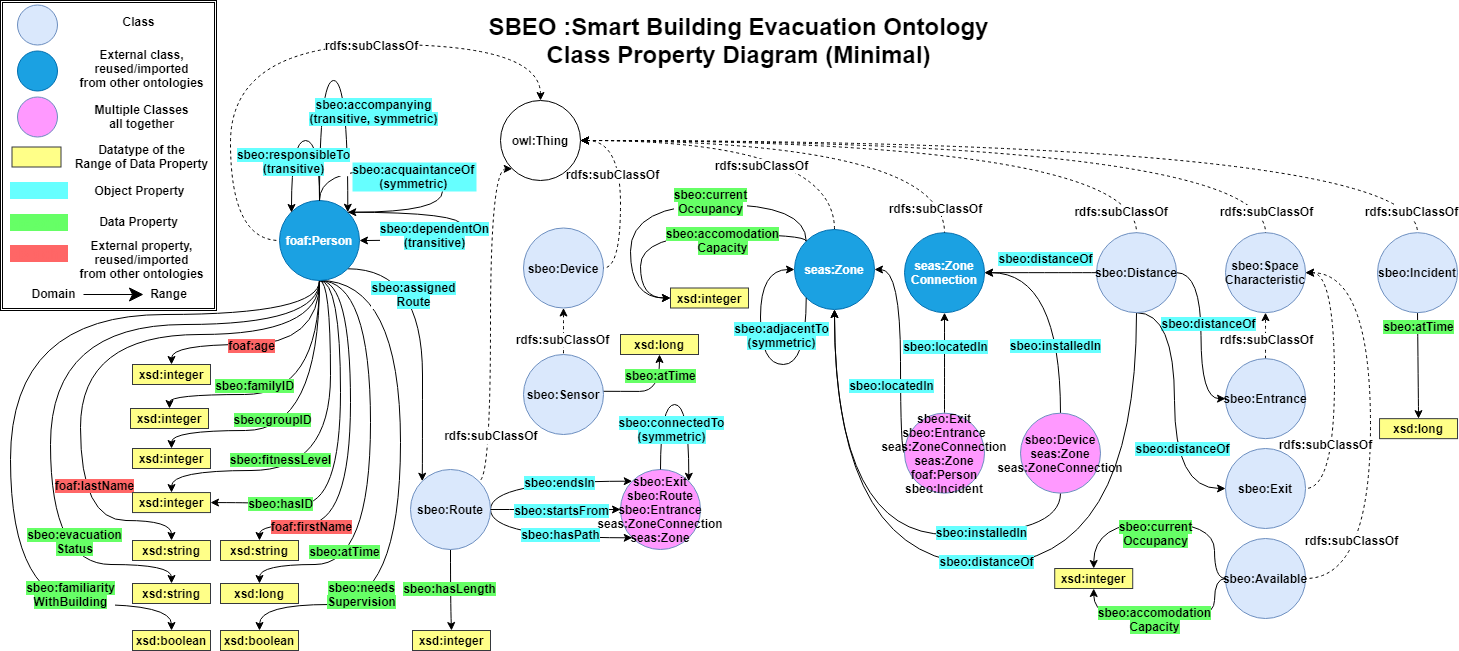
qasimkhalid/SBEO keeps this draw.io diagram as Figures/SBEO_Class_Property_Diagram_Minimal.png. Above is the earlier version. Source tidied: cells renumbered, new cells last; positions are measured from the earlier drawing's top-left corner, leaving out a move shared by most shapes.
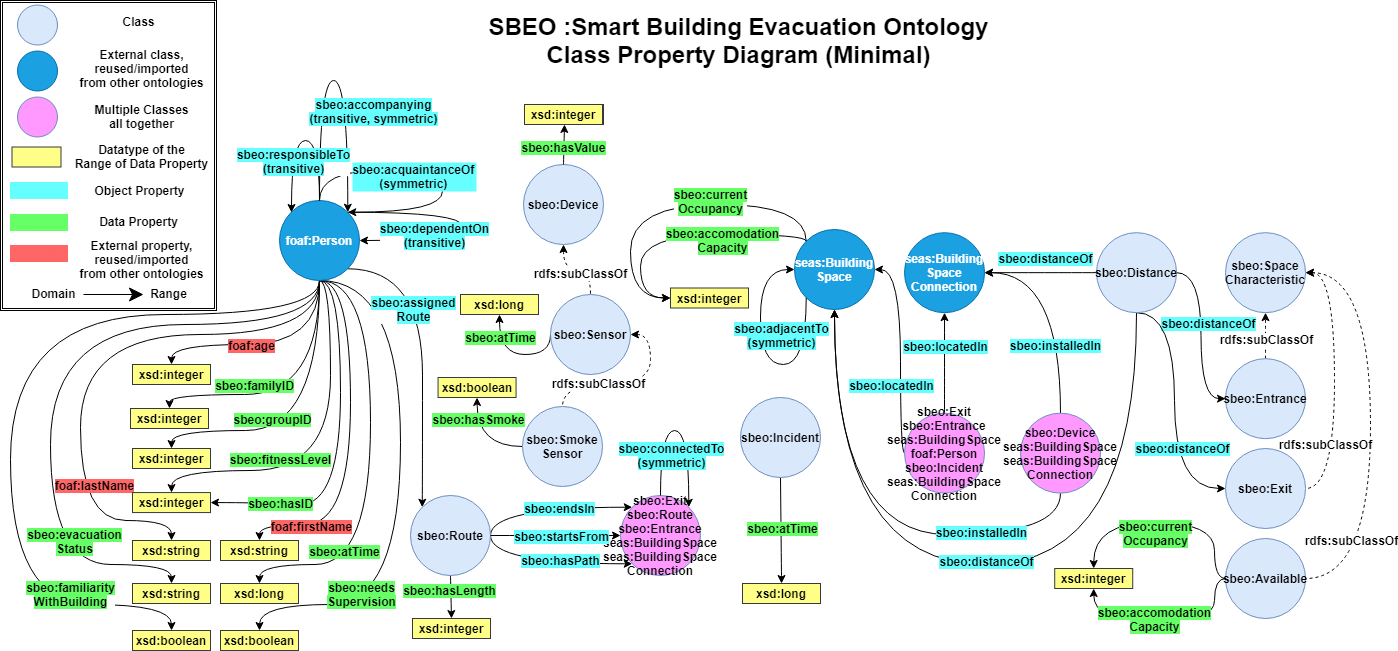
After the change.

Diff of the diagram source:
```diff
@@ -13,5 +13,5 @@
     <mxCell id="4" value="sbeo:Device" style="ellipse;whiteSpace=wrap;html=1;fillColor=#dae8fc;strokeColor=#6c8ebf;shadow=0;fontStyle=1;" parent="1" vertex="1">
-      <mxGeometry x="523" y="227.5" width="80" height="80" as="geometry" />
+      <mxGeometry x="523" y="164" width="80" height="80" as="geometry" />
     </mxCell>
-    <mxCell id="5" value="seas:Zone&lt;br&gt;Connection" style="ellipse;whiteSpace=wrap;html=1;fillColor=#1ba1e2;strokeColor=#006EAF;fontColor=#ffffff;shadow=0;fontStyle=1;" parent="1" vertex="1">
+    <mxCell id="5" value="seas:Building&lt;br&gt;Space&lt;br&gt;Connection" style="ellipse;whiteSpace=wrap;html=1;fillColor=#1ba1e2;strokeColor=#006EAF;fontColor=#ffffff;shadow=0;fontStyle=1;" parent="1" vertex="1">
       <mxGeometry x="904" y="232.2" width="80" height="80" as="geometry" />
@@ -195,5 +195,5 @@
         <Array as="points">
-          <mxPoint x="1418" y="312.7" />
-          <mxPoint x="1418" y="412.7" />
-          <mxPoint x="1418" y="412.7" />
+          <mxPoint x="781" y="477.5" />
+          <mxPoint x="781" y="577.5" />
+          <mxPoint x="781" y="577.5" />
         </Array>
@@ -203,3 +203,3 @@
       <mxGeometry x="-0.5" y="-12" relative="1" as="geometry">
-        <mxPoint x="12" y="-13.5" as="offset" />
+        <mxPoint x="12.7" y="23.7" as="offset" />
       </mxGeometry>
@@ -207,3 +207,3 @@
     <mxCell id="34" value="sbeo:Incident" style="ellipse;whiteSpace=wrap;html=1;fillColor=#dae8fc;strokeColor=#6c8ebf;shadow=0;fontStyle=1;" parent="1" vertex="1">
-      <mxGeometry x="1377" y="232.2" width="80" height="80" as="geometry" />
+      <mxGeometry x="740" y="397" width="80" height="80" as="geometry" />
     </mxCell>
@@ -212,4 +212,3 @@
         <Array as="points">
-          <mxPoint x="450" y="602" />
-          <mxPoint x="451" y="602" />
+          <mxPoint x="451" y="575" />
         </Array>
@@ -225,3 +224,3 @@
         <Array as="points">
-          <mxPoint x="490" y="481" />
+          <mxPoint x="490" y="507" />
         </Array>
@@ -237,3 +236,3 @@
         <Array as="points">
-          <mxPoint x="490" y="537" />
+          <mxPoint x="490" y="563" />
         </Array>
@@ -247,3 +246,3 @@
     <mxCell id="41" value="sbeo:Route" style="ellipse;whiteSpace=wrap;html=1;fillColor=#dae8fc;strokeColor=#6c8ebf;shadow=0;fontStyle=1;" parent="1" vertex="1">
-      <mxGeometry x="410" y="469" width="80" height="80" as="geometry" />
+      <mxGeometry x="410" y="495" width="80" height="80" as="geometry" />
     </mxCell>
@@ -292,118 +291,10 @@
     </mxCell>
-    <mxCell id="49" value="seas:Zone" style="ellipse;whiteSpace=wrap;html=1;fillColor=#1ba1e2;strokeColor=#006EAF;fontColor=#ffffff;shadow=0;fontStyle=1;" parent="1" vertex="1">
+    <mxCell id="49" value="seas:Building&lt;br&gt;Space" style="ellipse;whiteSpace=wrap;html=1;fillColor=#1ba1e2;strokeColor=#006EAF;fontColor=#ffffff;shadow=0;fontStyle=1;" parent="1" vertex="1">
       <mxGeometry x="794" y="229" width="80" height="80" as="geometry" />
     </mxCell>
-    <mxCell id="50" style="edgeStyle=orthogonalEdgeStyle;curved=1;comic=0;jettySize=auto;html=1;exitX=1;exitY=0.5;exitDx=0;exitDy=0;shadow=0;startArrow=classic;startFill=1;endArrow=none;endFill=0;dashed=1;entryX=1;entryY=0.5;entryDx=0;entryDy=0;fontStyle=1;" parent="1" edge="1" source="67" target="4">
-      <mxGeometry relative="1" as="geometry">
-        <Array as="points">
-          <mxPoint x="620" y="140" />
-          <mxPoint x="620" y="267" />
-        </Array>
-      </mxGeometry>
-    </mxCell>
-    <mxCell id="51" value="rdfs:subClassOf" style="text;html=1;align=center;verticalAlign=middle;labelBackgroundColor=#ffffff;fontColor=#000000;fontStyle=1;" parent="50" vertex="1">
-      <mxGeometry x="-0.15" y="-2" relative="1" as="geometry">
-        <mxPoint x="-7" y="-5" as="offset" />
-      </mxGeometry>
-    </mxCell>
-    <mxCell id="52" style="edgeStyle=orthogonalEdgeStyle;curved=1;comic=0;jettySize=auto;html=1;exitX=1;exitY=0.5;exitDx=0;exitDy=0;entryX=0.5;entryY=0;entryDx=0;entryDy=0;shadow=0;startArrow=classic;startFill=1;endArrow=none;endFill=0;dashed=1;fontStyle=1;" parent="1" edge="1" source="67" target="34">
-      <mxGeometry relative="1" as="geometry">
-        <Array as="points">
-          <mxPoint x="1417" y="140" />
-        </Array>
-      </mxGeometry>
-    </mxCell>
-    <mxCell id="53" value="rdfs:subClassOf" style="text;html=1;align=center;verticalAlign=middle;labelBackgroundColor=#ffffff;fontColor=#000000;fontStyle=1;" parent="52" vertex="1">
-      <mxGeometry x="0.87" y="-15" relative="1" as="geometry">
-        <mxPoint x="8" y="40.4" as="offset" />
-      </mxGeometry>
-    </mxCell>
-    <mxCell id="54" style="edgeStyle=orthogonalEdgeStyle;curved=1;comic=0;jettySize=auto;html=1;exitX=1;exitY=0.5;exitDx=0;exitDy=0;shadow=0;startArrow=classic;startFill=1;endArrow=none;endFill=0;dashed=1;entryX=0.5;entryY=0;entryDx=0;entryDy=0;fontStyle=1;" parent="1" edge="1" source="67" target="46">
-      <mxGeometry relative="1" as="geometry">
-        <Array as="points">
-          <mxPoint x="1265" y="140" />
-        </Array>
-      </mxGeometry>
-    </mxCell>
-    <mxCell id="55" value="rdfs:subClassOf" style="text;html=1;align=center;verticalAlign=middle;labelBackgroundColor=#ffffff;fontColor=#000000;fontStyle=1;" parent="54" vertex="1">
-      <mxGeometry x="0.72" y="-25" relative="1" as="geometry">
-        <mxPoint x="16.8" y="45.4" as="offset" />
-      </mxGeometry>
-    </mxCell>
-    <mxCell id="56" style="edgeStyle=orthogonalEdgeStyle;curved=1;comic=0;jettySize=auto;html=1;exitX=1;exitY=0.5;exitDx=0;exitDy=0;entryX=0.5;entryY=0;entryDx=0;entryDy=0;shadow=0;startArrow=classic;startFill=1;endArrow=none;endFill=0;dashed=1;fontStyle=1;" parent="1" edge="1" source="67" target="49">
-      <mxGeometry relative="1" as="geometry">
-        <Array as="points">
-          <mxPoint x="834" y="140" />
-        </Array>
-      </mxGeometry>
-    </mxCell>
-    <mxCell id="57" value="rdfs:subClassOf" style="text;html=1;align=center;verticalAlign=middle;labelBackgroundColor=#ffffff;fontColor=#000000;fontStyle=1;" parent="56" vertex="1">
-      <mxGeometry x="0.96" y="-7" relative="1" as="geometry">
-        <mxPoint x="-67" y="-58.2" as="offset" />
-      </mxGeometry>
-    </mxCell>
-    <mxCell id="58" style="edgeStyle=orthogonalEdgeStyle;curved=1;comic=0;jettySize=auto;html=1;exitX=1;exitY=0.5;exitDx=0;exitDy=0;shadow=0;startArrow=classic;startFill=1;endArrow=none;endFill=0;dashed=1;entryX=0.5;entryY=0;entryDx=0;entryDy=0;fontStyle=1;" parent="1" edge="1" source="67" target="5">
-      <mxGeometry relative="1" as="geometry">
-        <Array as="points">
-          <mxPoint x="944" y="140" />
-        </Array>
-      </mxGeometry>
-    </mxCell>
-    <mxCell id="59" value="rdfs:subClassOf" style="text;html=1;align=center;verticalAlign=middle;labelBackgroundColor=#ffffff;fontColor=#000000;fontStyle=1;" parent="58" vertex="1">
-      <mxGeometry x="0.94" y="-19" relative="1" as="geometry">
-        <mxPoint x="8.8" y="-10.2" as="offset" />
-      </mxGeometry>
-    </mxCell>
-    <mxCell id="60" style="edgeStyle=orthogonalEdgeStyle;comic=0;jettySize=auto;html=1;shadow=0;startArrow=classic;startFill=1;endArrow=none;endFill=0;curved=1;dashed=1;exitX=1;exitY=0.5;exitDx=0;exitDy=0;entryX=0.5;entryY=0;entryDx=0;entryDy=0;fontStyle=1;" parent="1" edge="1" source="67" target="79">
-      <mxGeometry relative="1" as="geometry">
-        <Array as="points">
-          <mxPoint x="1136" y="140" />
-        </Array>
-      </mxGeometry>
-    </mxCell>
-    <mxCell id="61" value="rdfs:subClassOf" style="text;align=center;verticalAlign=middle;labelBackgroundColor=#ffffff;fontStyle=1;" parent="60" vertex="1">
-      <mxGeometry x="0.25" y="18" relative="1" as="geometry">
-        <mxPoint x="135.3" y="88.5" as="offset" />
-      </mxGeometry>
-    </mxCell>
-    <mxCell id="62" style="edgeStyle=orthogonalEdgeStyle;curved=1;comic=0;jettySize=auto;html=1;shadow=0;startArrow=classic;startFill=1;endArrow=none;endFill=0;dashed=1;exitX=0;exitY=1;exitDx=0;exitDy=0;entryX=1;entryY=0;entryDx=0;entryDy=0;fontStyle=1;" parent="1" edge="1" source="67" target="41">
-      <mxGeometry relative="1" as="geometry">
-        <Array as="points">
-          <mxPoint x="490" y="168" />
-          <mxPoint x="490" y="481" />
-        </Array>
-      </mxGeometry>
-    </mxCell>
-    <mxCell id="63" value="rdfs:subClassOf" style="text;align=center;verticalAlign=middle;labelBackgroundColor=#ffffff;labelBorderColor=none;fontColor=#000000;rotation=0;fontStyle=1;" parent="62" vertex="1">
-      <mxGeometry x="0.5" y="43" relative="1" as="geometry">
-        <mxPoint x="-43" y="27.8" as="offset" />
-      </mxGeometry>
-    </mxCell>
-    <mxCell id="64" style="edgeStyle=orthogonalEdgeStyle;curved=1;comic=0;jettySize=auto;html=1;entryX=0;entryY=0.5;entryDx=0;entryDy=0;shadow=0;startArrow=classic;startFill=1;endArrow=none;endFill=0;dashed=1;" parent="1" edge="1" source="67" target="31">
-      <mxGeometry relative="1" as="geometry">
-        <Array as="points">
-          <mxPoint x="540" y="44" />
-          <mxPoint x="230" y="44" />
-          <mxPoint x="230" y="240" />
-        </Array>
-      </mxGeometry>
-    </mxCell>
-    <mxCell id="65" value="&lt;span style=&quot;color: rgba(0 , 0 , 0 , 0) ; font-family: monospace ; font-size: 0px ; background-color: rgb(248 , 249 , 250)&quot;&gt;%3CmxGraphModel%3E%3Croot%3E%3CmxCell%20id%3D%220%22%2F%3E%3CmxCell%20id%3D%221%22%20parent%3D%220%22%2F%3E%3CmxCell%20id%3D%222%22%20value%3D%22rdfs%3AsubClassOf%22%20style%3D%22text%3Balign%3Dcenter%3BverticalAlign%3Dmiddle%3Bresizable%3D0%3Bpoints%3D%5B%5D%3BlabelBackgroundColor%3D%23ffffff%3BlabelBorderColor%3Dnone%3B%22%20vertex%3D%221%22%20connectable%3D%220%22%20parent%3D%221%22%3E%3CmxGeometry%20x%3D%22-372.9970588235292%22%20y%3D%22100%22%20as%3D%22geometry%22%3E%3CmxPoint%20x%3D%2224.65%22%20y%3D%22-3%22%20as%3D%22offset%22%2F%3E%3C%2FmxGeometry%3E%3C%2FmxCell%3E%3C%2Froot%3E%3C%2FmxGraphModel%3E&lt;/span&gt;&lt;span style=&quot;color: rgba(0 , 0 , 0 , 0) ; font-family: monospace ; font-size: 0px ; background-color: rgb(248 , 249 , 250)&quot;&gt;%3CmxGraphModel%3E%3Croot%3E%3CmxCell%20id%3D%220%22%2F%3E%3CmxCell%20id%3D%221%22%20parent%3D%220%22%2F%3E%3CmxCell%20id%3D%222%22%20value%3D%22rdfs%3AsubClassOf%22%20style%3D%22text%3Balign%3Dcenter%3BverticalAlign%3Dmiddle%3Bresizable%3D0%3Bpoints%3D%5B%5D%3BlabelBackgroundColor%3D%23ffffff%3BlabelBorderColor%3Dnone%3B%22%20vertex%3D%221%22%20connectable%3D%220%22%20parent%3D%221%22%3E%3CmxGeometry%20x%3D%22-372.9970588235292%22%20y%3D%22100%22%20as%3D%22geometry%22%3E%3CmxPoint%20x%3D%2224.65%22%20y%3D%22-3%22%20as%3D%22offset%22%2F%3E%3C%2FmxGeometry%3E%3C%2FmxCell%3E%3C%2Froot%3E%3C%2FmxGraphModel%3E&lt;/span&gt;" style="text;html=1;align=center;verticalAlign=middle;labelBackgroundColor=#ffffff;fontColor=#000000;fontStyle=1;" parent="64" vertex="1">
-      <mxGeometry x="-0.02" y="103" relative="1" as="geometry">
-        <mxPoint x="1" as="offset" />
-      </mxGeometry>
-    </mxCell>
-    <mxCell id="66" value="rdfs:subClassOf" style="text;html=1;align=center;verticalAlign=middle;labelBackgroundColor=#ffffff;fontColor=#000000;fontStyle=1;" parent="64" vertex="1">
-      <mxGeometry x="-0.04" y="98" relative="1" as="geometry">
-        <mxPoint x="69" y="-98" as="offset" />
-      </mxGeometry>
-    </mxCell>
-    <mxCell id="67" value="owl:Thing" style="ellipse;whiteSpace=wrap;html=1;shadow=0;fontStyle=1;" parent="1" vertex="1">
-      <mxGeometry x="500" y="100" width="80" height="80" as="geometry" />
-    </mxCell>
-    <mxCell id="68" style="edgeStyle=orthogonalEdgeStyle;curved=1;comic=0;jettySize=auto;html=1;entryX=0.5;entryY=1;entryDx=0;entryDy=0;shadow=0;startArrow=none;startFill=0;endArrow=classic;endFill=1;fontColor=#000000;exitX=0.993;exitY=0.46;exitDx=0;exitDy=0;exitPerimeter=0;fontStyle=1;" parent="1" edge="1" source="70" target="91">
+    <mxCell id="68" style="edgeStyle=orthogonalEdgeStyle;curved=1;comic=0;jettySize=auto;html=1;entryX=0.5;entryY=1;entryDx=0;entryDy=0;shadow=0;startArrow=none;startFill=0;endArrow=classic;endFill=1;fontColor=#000000;exitX=0;exitY=0.5;exitDx=0;exitDy=0;fontStyle=1;" parent="1" edge="1" source="70" target="91">
       <mxGeometry relative="1" as="geometry">
         <Array as="points">
-          <mxPoint x="619" y="391" />
-          <mxPoint x="659" y="391" />
+          <mxPoint x="550" y="354" />
+          <mxPoint x="499" y="354" />
         </Array>
@@ -413,3 +304,3 @@
       <mxGeometry x="-0.24" y="-7" relative="1" as="geometry">
-        <mxPoint x="21.3" y="-23.9" as="offset" />
+        <mxPoint x="-28.7" y="-11" as="offset" />
       </mxGeometry>
@@ -417,3 +308,3 @@
     <mxCell id="70" value="sbeo:Sensor" style="ellipse;whiteSpace=wrap;html=1;fillColor=#dae8fc;strokeColor=#6c8ebf;shadow=0;fontStyle=1;" parent="1" vertex="1">
-      <mxGeometry x="523" y="354" width="80" height="80" as="geometry" />
+      <mxGeometry x="550" y="294" width="80" height="80" as="geometry" />
     </mxCell>
@@ -521,6 +412,6 @@
     <mxCell id="91" value="xsd:long" style="rounded=0;whiteSpace=wrap;html=1;fillColor=#ffff88;strokeColor=#36393d;fontStyle=1;" parent="1" vertex="1">
-      <mxGeometry x="620" y="334" width="78" height="20" as="geometry" />
+      <mxGeometry x="460" y="294" width="78" height="20" as="geometry" />
     </mxCell>
     <mxCell id="92" value="xsd:long" style="rounded=0;whiteSpace=wrap;html=1;fillColor=#ffff88;strokeColor=#36393d;fontStyle=1;" parent="1" vertex="1">
-      <mxGeometry x="1379" y="418.2" width="78" height="20" as="geometry" />
+      <mxGeometry x="742" y="583" width="78" height="20" as="geometry" />
     </mxCell>
@@ -545,3 +436,3 @@
     <mxCell id="99" value="xsd:integer" style="rounded=0;whiteSpace=wrap;html=1;fillColor=#ffff88;strokeColor=#36393d;fontStyle=1;" parent="1" vertex="1">
-      <mxGeometry x="412" y="630" width="78" height="20" as="geometry" />
+      <mxGeometry x="412" y="618" width="78" height="20" as="geometry" />
     </mxCell>
@@ -621,4 +512,4 @@
     </mxCell>
-    <mxCell id="112" value="sbeo:Exit&lt;br&gt;sbeo:Route&lt;br&gt;sbeo:Entrance&lt;br&gt;seas:ZoneConnection&lt;br&gt;seas:Zone" style="ellipse;whiteSpace=wrap;html=1;fillColor=#FF99FF;strokeColor=#6c8ebf;rounded=0;labelBackgroundColor=none;align=center;fontStyle=1;" parent="1" vertex="1">
-      <mxGeometry x="620" y="469" width="80" height="80" as="geometry" />
+    <mxCell id="112" value="sbeo:Exit&lt;br&gt;sbeo:Route&lt;br&gt;sbeo:Entrance&lt;br&gt;seas:BuildingSpace&lt;br&gt;seas:BuildingSpace&lt;br&gt;Connection" style="ellipse;whiteSpace=wrap;html=1;fillColor=#FF99FF;strokeColor=#6c8ebf;rounded=0;labelBackgroundColor=none;align=center;fontStyle=1;" parent="1" vertex="1">
+      <mxGeometry x="620" y="495" width="80" height="80" as="geometry" />
     </mxCell>
@@ -627,4 +518,4 @@
         <Array as="points">
-          <mxPoint x="520" y="509" />
-          <mxPoint x="520" y="509" />
+          <mxPoint x="520" y="535" />
+          <mxPoint x="520" y="535" />
         </Array>
@@ -640,4 +531,4 @@
         <Array as="points">
-          <mxPoint x="660" y="404" />
-          <mxPoint x="688" y="404" />
+          <mxPoint x="660" y="430" />
+          <mxPoint x="688" y="430" />
         </Array>
@@ -675,3 +566,3 @@
     </mxCell>
-    <mxCell id="121" value="sbeo:Exit&lt;br&gt;sbeo:Entrance&lt;br&gt;seas:ZoneConnection&lt;br&gt;seas:Zone&lt;br&gt;foaf:Person&lt;br&gt;sbeo:Incident" style="ellipse;whiteSpace=wrap;html=1;fillColor=#FF99FF;strokeColor=#6c8ebf;rounded=0;labelBackgroundColor=none;align=center;fontStyle=1;" parent="1" vertex="1">
+    <mxCell id="121" value="sbeo:Exit&lt;br&gt;sbeo:Entrance&lt;br&gt;seas:BuildingSpace&lt;br&gt;foaf:Person&lt;br&gt;sbeo:Incident&lt;br&gt;seas:BuildingSpace&lt;br&gt;Connection" style="ellipse;whiteSpace=wrap;html=1;fillColor=#FF99FF;strokeColor=#6c8ebf;rounded=0;labelBackgroundColor=none;align=center;fontStyle=1;" parent="1" vertex="1">
       <mxGeometry x="904" y="412.7" width="80" height="80" as="geometry" />
@@ -699,3 +590,3 @@
     </mxCell>
-    <mxCell id="126" value="sbeo:Device&lt;br&gt;seas:Zone&lt;br&gt;seas:ZoneConnection" style="ellipse;whiteSpace=wrap;html=1;fillColor=#FF99FF;strokeColor=#6c8ebf;rounded=0;labelBackgroundColor=none;align=center;fontStyle=1;" parent="1" vertex="1">
+    <mxCell id="126" value="sbeo:Device&lt;br&gt;seas:BuildingSpace&lt;br&gt;seas:BuildingSpace&lt;br&gt;Connection" style="ellipse;whiteSpace=wrap;html=1;fillColor=#FF99FF;strokeColor=#6c8ebf;rounded=0;labelBackgroundColor=none;align=center;fontStyle=1;" parent="1" vertex="1">
       <mxGeometry x="1020" y="412.7" width="80" height="80" as="geometry" />
@@ -788,2 +679,52 @@
     </mxCell>
+    <mxCell id="152" style="edgeStyle=orthogonalEdgeStyle;curved=1;comic=0;jettySize=auto;html=1;entryX=0.5;entryY=1;entryDx=0;entryDy=0;shadow=0;startArrow=none;startFill=0;endArrow=classic;endFill=1;fontColor=#000000;fontStyle=1;exitX=0.5;exitY=0;exitDx=0;exitDy=0;" parent="1" edge="1" source="4" target="154">
+      <mxGeometry relative="1" as="geometry">
+        <Array as="points">
+          <mxPoint x="564" y="164" />
+        </Array>
+      </mxGeometry>
+    </mxCell>
+    <mxCell id="153" value="&lt;span style=&quot;background-color: rgb(102 , 255 , 102)&quot;&gt;sbeo:hasValue&lt;/span&gt;" style="text;html=1;align=center;verticalAlign=middle;labelBackgroundColor=#ffffff;fontStyle=1;" parent="152" vertex="1">
+      <mxGeometry x="-0.24" y="-7" relative="1" as="geometry">
+        <mxPoint x="-8" y="-2.8" as="offset" />
+      </mxGeometry>
+    </mxCell>
+    <mxCell id="154" value="xsd:integer" style="rounded=0;whiteSpace=wrap;html=1;fillColor=#ffff88;strokeColor=#36393d;fontStyle=1;" parent="1" vertex="1">
+      <mxGeometry x="525" y="104" width="78" height="20" as="geometry" />
+    </mxCell>
+    <mxCell id="155" style="edgeStyle=orthogonalEdgeStyle;curved=1;comic=0;jettySize=auto;html=1;entryX=0.5;entryY=1;entryDx=0;entryDy=0;shadow=0;startArrow=none;startFill=0;endArrow=classic;endFill=1;fontColor=#000000;exitX=0;exitY=0.5;exitDx=0;exitDy=0;fontStyle=1;" parent="1" edge="1" source="159" target="157">
+      <mxGeometry relative="1" as="geometry">
+        <Array as="points">
+          <mxPoint x="477" y="446" />
+        </Array>
+      </mxGeometry>
+    </mxCell>
+    <mxCell id="156" value="&lt;span style=&quot;background-color: rgb(102 , 255 , 102)&quot;&gt;sbeo:hasSmoke&lt;/span&gt;" style="text;html=1;align=center;verticalAlign=middle;labelBackgroundColor=#ffffff;fontStyle=1;" parent="155" vertex="1">
+      <mxGeometry x="-0.24" y="-7" relative="1" as="geometry">
+        <mxPoint x="-9.7" y="-21" as="offset" />
+      </mxGeometry>
+    </mxCell>
+    <mxCell id="157" value="xsd:boolean" style="rounded=0;whiteSpace=wrap;html=1;fillColor=#ffff88;strokeColor=#36393d;fontStyle=1;" parent="1" vertex="1">
+      <mxGeometry x="437.6" y="377" width="78" height="20" as="geometry" />
+    </mxCell>
+    <mxCell id="158" value="xsd:integer" style="rounded=0;whiteSpace=wrap;html=1;fillColor=#ffff88;strokeColor=#36393d;fontStyle=1;" parent="1" vertex="1">
+      <mxGeometry x="524" y="104" width="78" height="20" as="geometry" />
+    </mxCell>
+    <mxCell id="159" value="sbeo:Smoke&lt;br&gt;Sensor" style="ellipse;whiteSpace=wrap;html=1;fillColor=#dae8fc;strokeColor=#6c8ebf;shadow=0;fontStyle=1;" parent="1" vertex="1">
+      <mxGeometry x="522" y="406" width="80" height="80" as="geometry" />
+    </mxCell>
+    <mxCell id="160" style="edgeStyle=orthogonalEdgeStyle;curved=1;comic=0;jettySize=auto;html=1;shadow=0;startArrow=classic;startFill=1;endArrow=none;endFill=0;exitX=1;exitY=0.5;exitDx=0;exitDy=0;dashed=1;fontStyle=1;entryX=0.5;entryY=0;entryDx=0;entryDy=0;" parent="1" edge="1" source="70" target="159">
+      <mxGeometry relative="1" as="geometry">
+        <Array as="points">
+          <mxPoint x="650" y="334" />
+          <mxPoint x="650" y="384" />
+          <mxPoint x="562" y="384" />
+        </Array>
+      </mxGeometry>
+    </mxCell>
+    <mxCell id="161" value="rdfs:subClassOf" style="text;html=1;align=center;verticalAlign=middle;labelBackgroundColor=#ffffff;fontColor=#000000;fontStyle=1;" parent="160" vertex="1">
+      <mxGeometry x="0.14" y="1" relative="1" as="geometry">
+        <mxPoint x="-20.9" y="-3" as="offset" />
+      </mxGeometry>
+    </mxCell>
   </root>
```
